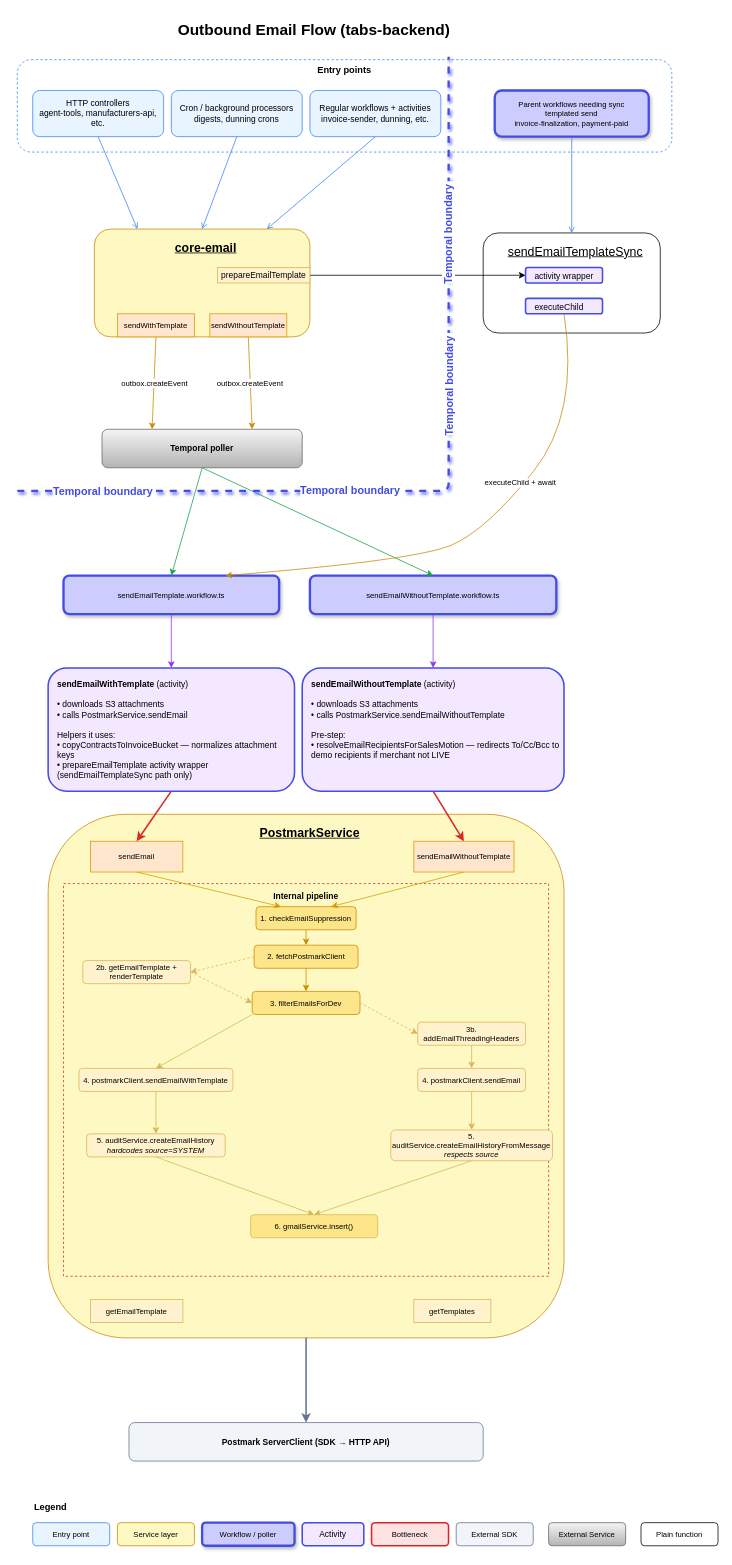
Earlier version of the draw.io diagram email-flow.drawio (yabrown/tabs-stuff). Source tidied: cells renumbered, new cells numbered last; positions are measured from the earlier drawing's top-left corner, leaving out a move shared by most shapes. Both pictures are drawn from the tidied source at 77%, with x=0, y=0 at pixel (17, 13).
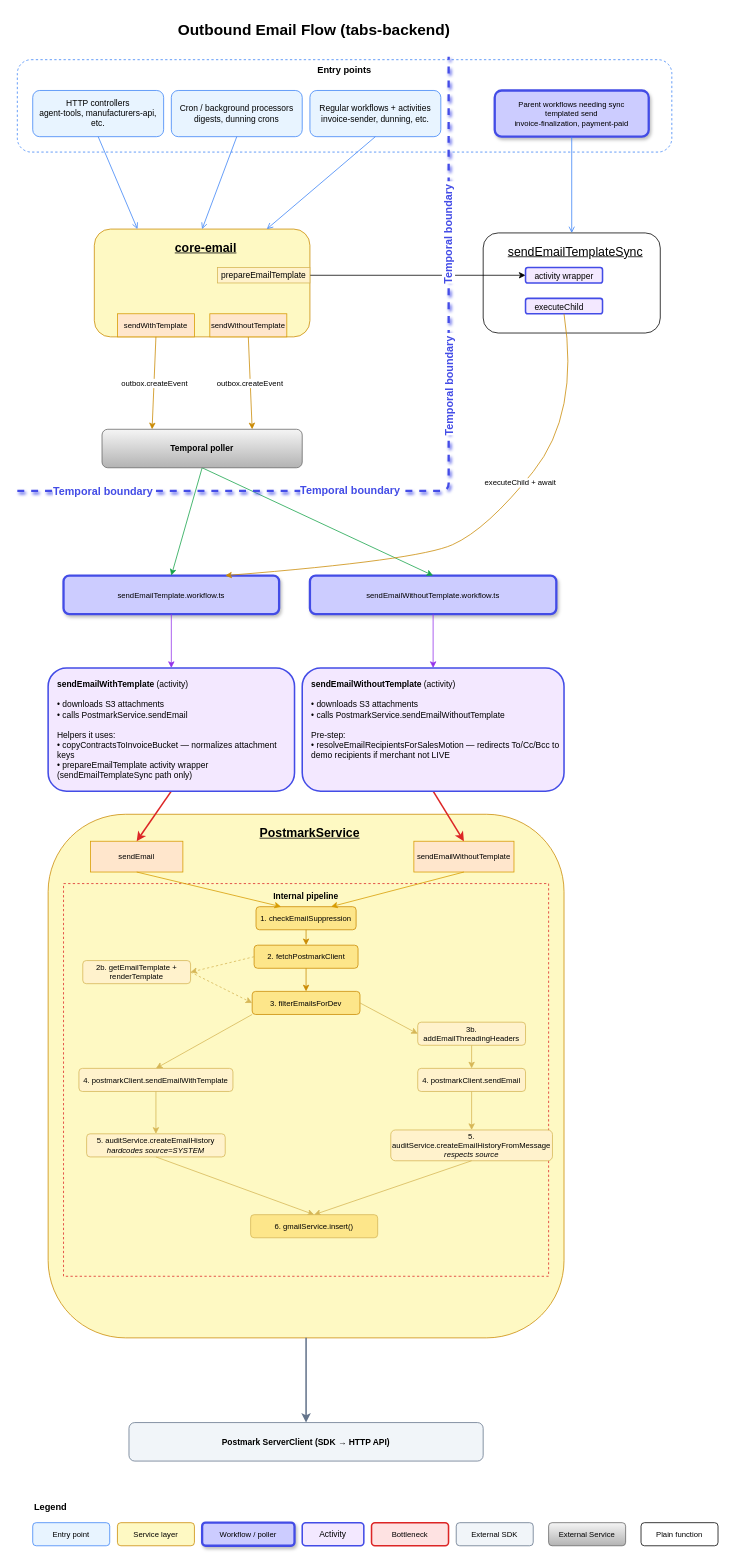
After the change.

Commit message:
get rid of getTemplates/template functions in postmarkservice, not really used

Unchanged cells that the change refers to:
```xml
<mxCell id="30" value="3. filterEmailsForDev" style="rounded=1;whiteSpace=wrap;html=1;fillColor=#fde68a;strokeColor=#ca8a04;fontSize=10;align=center;" parent="1" vertex="1">
  <mxGeometry x="305" y="1270" width="140" height="30" as="geometry" />
</mxCell>
<mxCell id="31" value="3b. addEmailThreadingHeaders" style="rounded=1;whiteSpace=wrap;html=1;fillColor=#fff2cc;strokeColor=#d6b656;fontSize=10;align=center;" parent="1" vertex="1">
  <mxGeometry x="520" y="1310" width="140" height="30" as="geometry" />
</mxCell>
```

What changed in the source:
```diff
@@
-    <mxCell id="24" value="getEmailTemplate" style="rounded=0;whiteSpace=wrap;html=1;fillColor=#fff2cc;strokeColor=#d6b656;fontSize=10;" parent="1" vertex="1">
-      <mxGeometry x="95" y="1670" width="120" height="30" as="geometry" />
-    </mxCell>
-    <mxCell id="25" value="getTemplates" style="rounded=0;whiteSpace=wrap;html=1;fillColor=#fff2cc;strokeColor=#d6b656;fontSize=10;" parent="1" vertex="1">
-      <mxGeometry x="515" y="1670" width="100" height="30" as="geometry" />
-    </mxCell>
@@
-    <mxCell id="42" style="endArrow=classic;html=1;rounded=0;strokeColor=#d6b656;exitX=1;exitY=0.5;exitDx=0;exitDy=0;entryX=0;entryY=0.5;entryDx=0;entryDy=0;dashed=1;" parent="1" edge="1" source="30" target="31">
+    <mxCell id="42" style="endArrow=classic;html=1;rounded=0;strokeColor=#d6b656;exitX=1;exitY=0.5;exitDx=0;exitDy=0;entryX=0;entryY=0.5;entryDx=0;entryDy=0;" parent="1" edge="1" source="30" target="31">
       <mxGeometry relative="1" as="geometry" />
     </mxCell>
```
